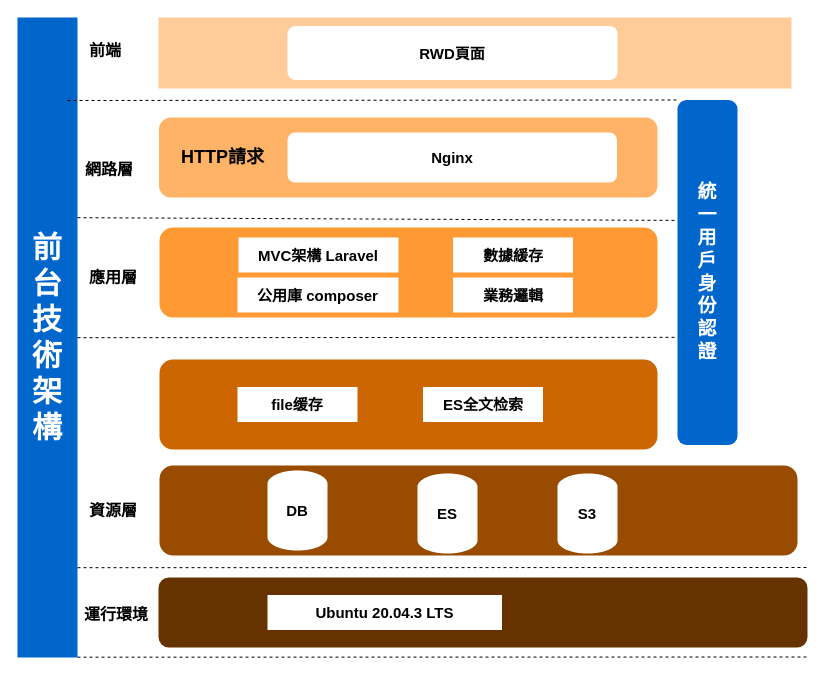
as55518010/doodles keeps this draw.io diagram as page "前台技術" (1 of 2) of TW架構圖.drawio. Above is the earlier version. Source tidied: cells renumbered, new cells numbered last; positions are measured from the earlier drawing's top-left corner, leaving out a move shared by most shapes. Both pictures are drawn from the tidied source at 100%, with x=0, y=0 at pixel (17, 17).
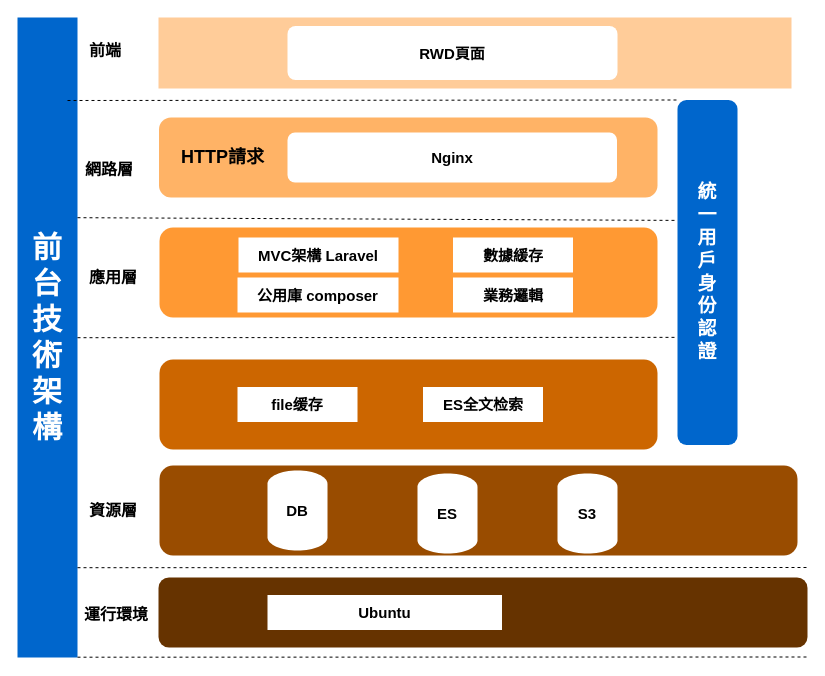
After the change.

Commit message:
更新TW架構圖.drawio

Diff of the diagram source:
```diff
@@
-    <mxCell id="28" value="Ubuntu 20.04.3 LTS" style="rounded=0;whiteSpace=wrap;html=1;align=center;fontSize=15;fontStyle=1;strokeColor=none;" parent="1" vertex="1">
+    <mxCell id="28" value="Ubuntu" style="rounded=0;whiteSpace=wrap;html=1;align=center;fontSize=15;fontStyle=1;strokeColor=none;" parent="1" vertex="1">
       <mxGeometry x="250" y="577.5" width="234.5" height="35" as="geometry" />
     </mxCell>
```
